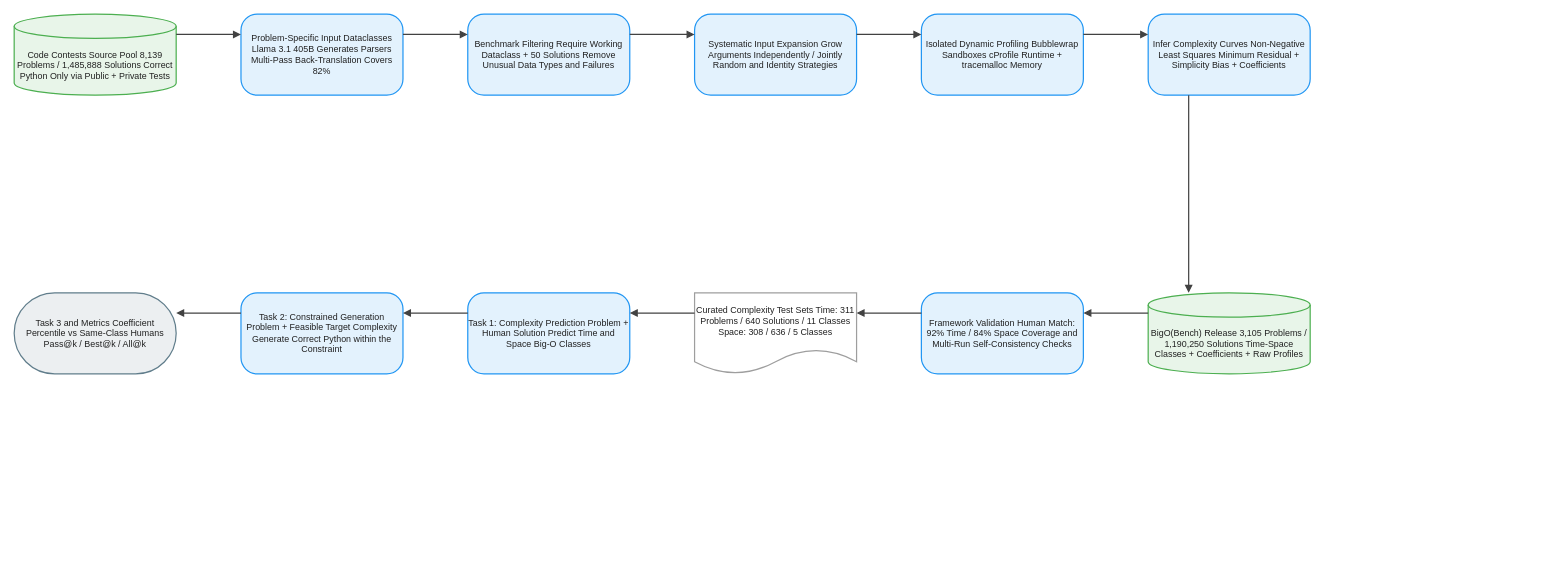
Above: client/public/drawio/BigOBench/BigOBench.en.drawio in joe1chief/benchmark-hub (draw.io), before the change. Source tidied: cells renumbered, new cells numbered last; positions are measured from the earlier drawing's top-left corner, leaving out a move shared by most shapes. Both pictures are drawn from the tidied source at 81%, with x=0, y=0 at pixel (14, 14).
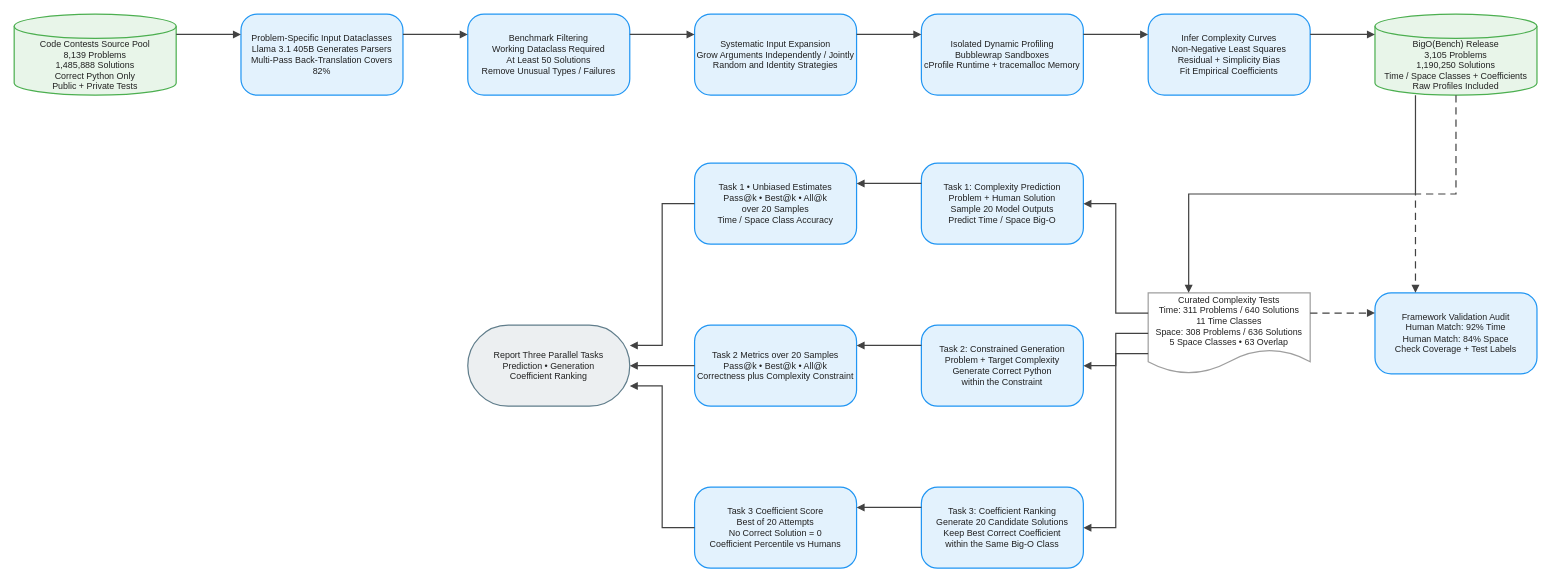
The same diagram, later.

Change to the diagram source:
```diff
@@
-    <mxCell id="2" value="Code Contests Source Pool 8,139 Problems / 1,485,888 Solutions Correct Python Only via Public + Private Tests" style="shape=cylinder3;boundedLbl=1;backgroundOutline=1;size=15;html=1;whiteSpace=wrap;fillColor=#E8F5E9;strokeColor=#4CAF50;strokeWidth=1.5;fontColor=#212121;fontSize=11;fontFamily=Arial, Helvetica, sans-serif;verticalAlign=middle;align=center;" parent="1" vertex="1">
+    <mxCell id="2" value="Code Contests Source Pool&#10;8,139 Problems&#10;1,485,888 Solutions&#10;Correct Python Only&#10;Public + Private Tests" style="shape=cylinder3;boundedLbl=1;backgroundOutline=1;size=15;html=0;convertToSvg=1;whiteSpace=wrap;fillColor=#E8F5E9;strokeColor=#4CAF50;strokeWidth=1.5;fontColor=#212121;fontSize=11;fontFamily=Arial, Helvetica, sans-serif;verticalAlign=middle;align=center;" parent="1" vertex="1">
       <mxGeometry width="200" height="100" as="geometry" />
     </mxCell>
-    <mxCell id="3" value="Problem-Specific Input Dataclasses Llama 3.1 405B Generates Parsers Multi-Pass Back-Translation Covers 82%" style="rounded=1;arcSize=20;html=1;whiteSpace=wrap;fillColor=#E3F2FD;strokeColor=#2196F3;strokeWidth=1.5;fontColor=#212121;fontSize=11;fontFamily=Arial, Helvetica, sans-serif;verticalAlign=middle;align=center;" parent="1" vertex="1">
+    <mxCell id="3" value="Problem-Specific Input Dataclasses&#10;Llama 3.1 405B Generates Parsers&#10;Multi-Pass Back-Translation Covers 82%" style="rounded=1;arcSize=20;html=0;convertToSvg=1;whiteSpace=wrap;fillColor=#E3F2FD;strokeColor=#2196F3;strokeWidth=1.5;fontColor=#212121;fontSize=11;fontFamily=Arial, Helvetica, sans-serif;verticalAlign=middle;align=center;" parent="1" vertex="1">
       <mxGeometry x="280" width="200" height="100" as="geometry" />
     </mxCell>
-    <mxCell id="4" value="Benchmark Filtering Require Working Dataclass + 50 Solutions Remove Unusual Data Types and Failures" style="rounded=1;arcSize=20;html=1;whiteSpace=wrap;fillColor=#E3F2FD;strokeColor=#2196F3;strokeWidth=1.5;fontColor=#212121;fontSize=11;fontFamily=Arial, Helvetica, sans-serif;verticalAlign=middle;align=center;" parent="1" vertex="1">
+    <mxCell id="4" value="Benchmark Filtering&#10;Working Dataclass Required&#10;At Least 50 Solutions&#10;Remove Unusual Types / Failures" style="rounded=1;arcSize=20;html=0;convertToSvg=1;whiteSpace=wrap;fillColor=#E3F2FD;strokeColor=#2196F3;strokeWidth=1.5;fontColor=#212121;fontSize=11;fontFamily=Arial, Helvetica, sans-serif;verticalAlign=middle;align=center;" parent="1" vertex="1">
       <mxGeometry x="560" width="200" height="100" as="geometry" />
     </mxCell>
-    <mxCell id="5" value="Systematic Input Expansion Grow Arguments Independently / Jointly Random and Identity Strategies" style="rounded=1;arcSize=20;html=1;whiteSpace=wrap;fillColor=#E3F2FD;strokeColor=#2196F3;strokeWidth=1.5;fontColor=#212121;fontSize=11;fontFamily=Arial, Helvetica, sans-serif;verticalAlign=middle;align=center;" parent="1" vertex="1">
+    <mxCell id="5" value="Systematic Input Expansion&#10;Grow Arguments Independently / Jointly&#10;Random and Identity Strategies" style="rounded=1;arcSize=20;html=0;convertToSvg=1;whiteSpace=wrap;fillColor=#E3F2FD;strokeColor=#2196F3;strokeWidth=1.5;fontColor=#212121;fontSize=11;fontFamily=Arial, Helvetica, sans-serif;verticalAlign=middle;align=center;" parent="1" vertex="1">
       <mxGeometry x="840" width="200" height="100" as="geometry" />
     </mxCell>
-    <mxCell id="6" value="Isolated Dynamic Profiling Bubblewrap Sandboxes cProfile Runtime + tracemalloc Memory" style="rounded=1;arcSize=20;html=1;whiteSpace=wrap;fillColor=#E3F2FD;strokeColor=#2196F3;strokeWidth=1.5;fontColor=#212121;fontSize=11;fontFamily=Arial, Helvetica, sans-serif;verticalAlign=middle;align=center;" parent="1" vertex="1">
+    <mxCell id="6" value="Isolated Dynamic Profiling&#10;Bubblewrap Sandboxes&#10;cProfile Runtime + tracemalloc Memory" style="rounded=1;arcSize=20;html=0;convertToSvg=1;whiteSpace=wrap;fillColor=#E3F2FD;strokeColor=#2196F3;strokeWidth=1.5;fontColor=#212121;fontSize=11;fontFamily=Arial, Helvetica, sans-serif;verticalAlign=middle;align=center;" parent="1" vertex="1">
       <mxGeometry x="1120" width="200" height="100" as="geometry" />
     </mxCell>
-    <mxCell id="7" value="Infer Complexity Curves Non-Negative Least Squares Minimum Residual + Simplicity Bias + Coefficients" style="rounded=1;arcSize=20;html=1;whiteSpace=wrap;fillColor=#E3F2FD;strokeColor=#2196F3;strokeWidth=1.5;fontColor=#212121;fontSize=11;fontFamily=Arial, Helvetica, sans-serif;verticalAlign=middle;align=center;" parent="1" vertex="1">
+    <mxCell id="7" value="Infer Complexity Curves&#10;Non-Negative Least Squares&#10;Residual + Simplicity Bias&#10;Fit Empirical Coefficients" style="rounded=1;arcSize=20;html=0;convertToSvg=1;whiteSpace=wrap;fillColor=#E3F2FD;strokeColor=#2196F3;strokeWidth=1.5;fontColor=#212121;fontSize=11;fontFamily=Arial, Helvetica, sans-serif;verticalAlign=middle;align=center;" parent="1" vertex="1">
       <mxGeometry x="1400" width="200" height="100" as="geometry" />
     </mxCell>
-    <mxCell id="8" value="BigO(Bench) Release 3,105 Problems / 1,190,250 Solutions Time-Space Classes + Coefficients + Raw Profiles" style="shape=cylinder3;boundedLbl=1;backgroundOutline=1;size=15;html=1;whiteSpace=wrap;fillColor=#E8F5E9;strokeColor=#4CAF50;strokeWidth=1.5;fontColor=#212121;fontSize=11;fontFamily=Arial, Helvetica, sans-serif;verticalAlign=middle;align=center;" parent="1" vertex="1">
-      <mxGeometry x="1400" y="344" width="200" height="100" as="geometry" />
+    <mxCell id="8" value="BigO(Bench) Release&#10;3,105 Problems&#10;1,190,250 Solutions&#10;Time / Space Classes + Coefficients&#10;Raw Profiles Included" style="shape=cylinder3;boundedLbl=1;backgroundOutline=1;size=15;html=0;convertToSvg=1;whiteSpace=wrap;fillColor=#E8F5E9;strokeColor=#4CAF50;strokeWidth=1.5;fontColor=#212121;fontSize=11;fontFamily=Arial, Helvetica, sans-serif;verticalAlign=middle;align=center;" parent="1" vertex="1">
+      <mxGeometry x="1680" width="200" height="100" as="geometry" />
     </mxCell>
-    <mxCell id="9" value="Framework Validation Human Match: 92% Time / 84% Space Coverage and Multi-Run Self-Consistency Checks" style="rounded=1;arcSize=20;html=1;whiteSpace=wrap;fillColor=#E3F2FD;strokeColor=#2196F3;strokeWidth=1.5;fontColor=#212121;fontSize=11;fontFamily=Arial, Helvetica, sans-serif;verticalAlign=middle;align=center;" parent="1" vertex="1">
-      <mxGeometry x="1120" y="344" width="200" height="100" as="geometry" />
+    <mxCell id="9" value="Framework Validation Audit&#10;Human Match: 92% Time&#10;Human Match: 84% Space&#10;Check Coverage + Test Labels" style="rounded=1;arcSize=20;html=0;convertToSvg=1;whiteSpace=wrap;fillColor=#E3F2FD;strokeColor=#2196F3;strokeWidth=1.5;fontColor=#212121;fontSize=11;fontFamily=Arial, Helvetica, sans-serif;verticalAlign=middle;align=center;" parent="1" vertex="1">
+      <mxGeometry x="1680" y="344" width="200" height="100" as="geometry" />
     </mxCell>
-    <mxCell id="10" value="Curated Complexity Test Sets Time: 311 Problems / 640 Solutions / 11 Classes Space: 308 / 636 / 5 Classes" style="shape=document;boundedLbl=1;html=1;whiteSpace=wrap;fillColor=#FFFFFF;strokeColor=#9E9E9E;strokeWidth=1.5;fontColor=#212121;fontSize=11;fontFamily=Arial, Helvetica, sans-serif;verticalAlign=middle;align=center;" parent="1" vertex="1">
-      <mxGeometry x="840" y="344" width="200" height="100" as="geometry" />
+    <mxCell id="10" value="Curated Complexity Tests&#10;Time: 311 Problems / 640 Solutions&#10;11 Time Classes&#10;Space: 308 Problems / 636 Solutions&#10;5 Space Classes • 63 Overlap" style="shape=document;boundedLbl=1;html=0;convertToSvg=1;whiteSpace=wrap;fillColor=#FFFFFF;strokeColor=#9E9E9E;strokeWidth=1.5;fontColor=#212121;fontSize=11;fontFamily=Arial, Helvetica, sans-serif;verticalAlign=middle;align=center;" parent="1" vertex="1">
+      <mxGeometry x="1400" y="344" width="200" height="100" as="geometry" />
     </mxCell>
-    <mxCell id="11" value="Task 1: Complexity Prediction Problem + Human Solution Predict Time and Space Big-O Classes" style="rounded=1;arcSize=20;html=1;whiteSpace=wrap;fillColor=#E3F2FD;strokeColor=#2196F3;strokeWidth=1.5;fontColor=#212121;fontSize=11;fontFamily=Arial, Helvetica, sans-serif;verticalAlign=middle;align=center;" parent="1" vertex="1">
-      <mxGeometry x="560" y="344" width="200" height="100" as="geometry" />
+    <mxCell id="11" value="Task 1: Complexity Prediction&#10;Problem + Human Solution&#10;Sample 20 Model Outputs&#10;Predict Time / Space Big-O" style="rounded=1;arcSize=20;html=0;convertToSvg=1;whiteSpace=wrap;fillColor=#E3F2FD;strokeColor=#2196F3;strokeWidth=1.5;fontColor=#212121;fontSize=11;fontFamily=Arial, Helvetica, sans-serif;verticalAlign=middle;align=center;" parent="1" vertex="1">
+      <mxGeometry x="1120" y="184" width="200" height="100" as="geometry" />
     </mxCell>
-    <mxCell id="12" value="Task 2: Constrained Generation Problem + Feasible Target Complexity Generate Correct Python within the Constraint" style="rounded=1;arcSize=20;html=1;whiteSpace=wrap;fillColor=#E3F2FD;strokeColor=#2196F3;strokeWidth=1.5;fontColor=#212121;fontSize=11;fontFamily=Arial, Helvetica, sans-serif;verticalAlign=middle;align=center;" parent="1" vertex="1">
-      <mxGeometry x="280" y="344" width="200" height="100" as="geometry" />
+    <mxCell id="12" value="Task 1 • Unbiased Estimates&#10;Pass@k • Best@k • All@k&#10;over 20 Samples&#10;Time / Space Class Accuracy" style="rounded=1;arcSize=20;html=0;convertToSvg=1;whiteSpace=wrap;fillColor=#E3F2FD;strokeColor=#2196F3;strokeWidth=1.5;fontColor=#212121;fontSize=11;fontFamily=Arial, Helvetica, sans-serif;verticalAlign=middle;align=center;" parent="1" vertex="1">
+      <mxGeometry x="840" y="184" width="200" height="100" as="geometry" />
     </mxCell>
-    <mxCell id="13" value="Task 3 and Metrics Coefficient Percentile vs Same-Class Humans Pass@k / Best@k / All@k" style="rounded=1;arcSize=50;html=1;whiteSpace=wrap;fillColor=#ECEFF1;strokeColor=#607D8B;strokeWidth=1.5;fontColor=#212121;fontSize=11;fontFamily=Arial, Helvetica, sans-serif;verticalAlign=middle;align=center;" parent="1" vertex="1">
-      <mxGeometry y="344" width="200" height="100" as="geometry" />
+    <mxCell id="13" value="Task 2: Constrained Generation&#10;Problem + Target Complexity&#10;Generate Correct Python&#10;within the Constraint" style="rounded=1;arcSize=20;html=0;convertToSvg=1;whiteSpace=wrap;fillColor=#E3F2FD;strokeColor=#2196F3;strokeWidth=1.5;fontColor=#212121;fontSize=11;fontFamily=Arial, Helvetica, sans-serif;verticalAlign=middle;align=center;" parent="1" vertex="1">
+      <mxGeometry x="1120" y="384" width="200" height="100" as="geometry" />
     </mxCell>
-    <mxCell id="14" style="edgeStyle=orthogonalEdgeStyle;rounded=0;jettySize=auto;html=1;strokeColor=#424242;strokeWidth=1.5;endArrow=block;endFill=1;exitX=1;exitY=0.25;exitDx=0;exitDy=0;entryX=0;entryY=0.25;entryDx=0;entryDy=0;jumpStyle=arc;jumpSize=8;" parent="1" edge="1" source="2" target="3">
-      <mxGeometry relative="1" as="geometry" />
+    <mxCell id="14" value="Task 2 Metrics over 20 Samples&#10;Pass@k • Best@k • All@k&#10;Correctness plus Complexity Constraint" style="rounded=1;arcSize=20;html=0;convertToSvg=1;whiteSpace=wrap;fillColor=#E3F2FD;strokeColor=#2196F3;strokeWidth=1.5;fontColor=#212121;fontSize=11;fontFamily=Arial, Helvetica, sans-serif;verticalAlign=middle;align=center;" parent="1" vertex="1">
+      <mxGeometry x="840" y="384" width="200" height="100" as="geometry" />
     </mxCell>
-    <mxCell id="15" style="edgeStyle=orthogonalEdgeStyle;rounded=0;jettySize=auto;html=1;strokeColor=#424242;strokeWidth=1.5;endArrow=block;endFill=1;exitX=1;exitY=0.25;exitDx=0;exitDy=0;entryX=0;entryY=0.25;entryDx=0;entryDy=0;jumpStyle=arc;jumpSize=8;" parent="1" edge="1" source="3" target="4">
-      <mxGeometry relative="1" as="geometry" />
+    <mxCell id="15" value="Task 3: Coefficient Ranking&#10;Generate 20 Candidate Solutions&#10;Keep Best Correct Coefficient&#10;within the Same Big-O Class" style="rounded=1;arcSize=20;html=0;convertToSvg=1;whiteSpace=wrap;fillColor=#E3F2FD;strokeColor=#2196F3;strokeWidth=1.5;fontColor=#212121;fontSize=11;fontFamily=Arial, Helvetica, sans-serif;verticalAlign=middle;align=center;" parent="1" vertex="1">
+      <mxGeometry x="1120" y="584" width="200" height="100" as="geometry" />
     </mxCell>
-    <mxCell id="16" style="edgeStyle=orthogonalEdgeStyle;rounded=0;jettySize=auto;html=1;strokeColor=#424242;strokeWidth=1.5;endArrow=block;endFill=1;exitX=1;exitY=0.25;exitDx=0;exitDy=0;entryX=0;entryY=0.25;entryDx=0;entryDy=0;jumpStyle=arc;jumpSize=8;" parent="1" edge="1" source="4" target="5">
-      <mxGeometry relative="1" as="geometry" />
+    <mxCell id="16" value="Task 3 Coefficient Score&#10;Best of 20 Attempts&#10;No Correct Solution = 0&#10;Coefficient Percentile vs Humans" style="rounded=1;arcSize=20;html=0;convertToSvg=1;whiteSpace=wrap;fillColor=#E3F2FD;strokeColor=#2196F3;strokeWidth=1.5;fontColor=#212121;fontSize=11;fontFamily=Arial, Helvetica, sans-serif;verticalAlign=middle;align=center;" parent="1" vertex="1">
+      <mxGeometry x="840" y="584" width="200" height="100" as="geometry" />
     </mxCell>
-    <mxCell id="17" style="edgeStyle=orthogonalEdgeStyle;rounded=0;jettySize=auto;html=1;strokeColor=#424242;strokeWidth=1.5;endArrow=block;endFill=1;exitX=1;exitY=0.25;exitDx=0;exitDy=0;entryX=0;entryY=0.25;entryDx=0;entryDy=0;jumpStyle=arc;jumpSize=8;" parent="1" edge="1" source="5" target="6">
-      <mxGeometry relative="1" as="geometry" />
+    <mxCell id="17" value="Report Three Parallel Tasks&#10;Prediction • Generation&#10;Coefficient Ranking" style="rounded=1;arcSize=50;html=0;convertToSvg=1;whiteSpace=wrap;fillColor=#ECEFF1;strokeColor=#607D8B;strokeWidth=1.5;fontColor=#212121;fontSize=11;fontFamily=Arial, Helvetica, sans-serif;verticalAlign=middle;align=center;" parent="1" vertex="1">
+      <mxGeometry x="560" y="384" width="200" height="100" as="geometry" />
     </mxCell>
-    <mxCell id="18" style="edgeStyle=orthogonalEdgeStyle;rounded=0;jettySize=auto;html=1;strokeColor=#424242;strokeWidth=1.5;endArrow=block;endFill=1;exitX=1;exitY=0.25;exitDx=0;exitDy=0;entryX=0;entryY=0.25;entryDx=0;entryDy=0;jumpStyle=arc;jumpSize=8;" parent="1" edge="1" source="6" target="7">
+    <mxCell id="18" style="edgeStyle=orthogonalEdgeStyle;rounded=0;jettySize=auto;html=0;convertToSvg=1;strokeColor=#424242;strokeWidth=1.5;endArrow=block;endFill=1;exitX=1;exitY=0.25;exitDx=0;exitDy=0;entryX=0;entryY=0.25;entryDx=0;entryDy=0;jumpStyle=arc;jumpSize=8;" parent="1" edge="1" source="2" target="3">
       <mxGeometry relative="1" as="geometry" />
     </mxCell>
-    <mxCell id="19" style="edgeStyle=orthogonalEdgeStyle;rounded=0;jettySize=auto;html=1;strokeColor=#424242;strokeWidth=1.5;endArrow=block;endFill=1;exitX=0.25;exitY=1;exitDx=0;exitDy=0;entryX=0.25;entryY=0;entryDx=0;entryDy=0;jumpStyle=arc;jumpSize=8;" parent="1" edge="1" source="7" target="8">
+    <mxCell id="19" style="edgeStyle=orthogonalEdgeStyle;rounded=0;jettySize=auto;html=0;convertToSvg=1;strokeColor=#424242;strokeWidth=1.5;endArrow=block;endFill=1;exitX=1;exitY=0.25;exitDx=0;exitDy=0;entryX=0;entryY=0.25;entryDx=0;entryDy=0;jumpStyle=arc;jumpSize=8;" parent="1" edge="1" source="3" target="4">
       <mxGeometry relative="1" as="geometry" />
     </mxCell>
-    <mxCell id="20" style="edgeStyle=orthogonalEdgeStyle;rounded=0;jettySize=auto;html=1;strokeColor=#424242;strokeWidth=1.5;endArrow=block;endFill=1;exitX=0;exitY=0.25;exitDx=0;exitDy=0;entryX=1;entryY=0.25;entryDx=0;entryDy=0;jumpStyle=arc;jumpSize=8;" parent="1" edge="1" source="8" target="9">
+    <mxCell id="20" style="edgeStyle=orthogonalEdgeStyle;rounded=0;jettySize=auto;html=0;convertToSvg=1;strokeColor=#424242;strokeWidth=1.5;endArrow=block;endFill=1;exitX=1;exitY=0.25;exitDx=0;exitDy=0;entryX=0;entryY=0.25;entryDx=0;entryDy=0;jumpStyle=arc;jumpSize=8;" parent="1" edge="1" source="4" target="5">
       <mxGeometry relative="1" as="geometry" />
     </mxCell>
-    <mxCell id="21" style="edgeStyle=orthogonalEdgeStyle;rounded=0;jettySize=auto;html=1;strokeColor=#424242;strokeWidth=1.5;endArrow=block;endFill=1;exitX=0;exitY=0.25;exitDx=0;exitDy=0;entryX=1;entryY=0.25;entryDx=0;entryDy=0;jumpStyle=arc;jumpSize=8;" parent="1" edge="1" source="9" target="10">
+    <mxCell id="21" style="edgeStyle=orthogonalEdgeStyle;rounded=0;jettySize=auto;html=0;convertToSvg=1;strokeColor=#424242;strokeWidth=1.5;endArrow=block;endFill=1;exitX=1;exitY=0.25;exitDx=0;exitDy=0;entryX=0;entryY=0.25;entryDx=0;entryDy=0;jumpStyle=arc;jumpSize=8;" parent="1" edge="1" source="5" target="6">
       <mxGeometry relative="1" as="geometry" />
     </mxCell>
-    <mxCell id="22" style="edgeStyle=orthogonalEdgeStyle;rounded=0;jettySize=auto;html=1;strokeColor=#424242;strokeWidth=1.5;endArrow=block;endFill=1;exitX=0;exitY=0.25;exitDx=0;exitDy=0;entryX=1;entryY=0.25;entryDx=0;entryDy=0;jumpStyle=arc;jumpSize=8;" parent="1" edge="1" source="10" target="11">
+    <mxCell id="22" style="edgeStyle=orthogonalEdgeStyle;rounded=0;jettySize=auto;html=0;convertToSvg=1;strokeColor=#424242;strokeWidth=1.5;endArrow=block;endFill=1;exitX=1;exitY=0.25;exitDx=0;exitDy=0;entryX=0;entryY=0.25;entryDx=0;entryDy=0;jumpStyle=arc;jumpSize=8;" parent="1" edge="1" source="6" target="7">
       <mxGeometry relative="1" as="geometry" />
     </mxCell>
-    <mxCell id="23" style="edgeStyle=orthogonalEdgeStyle;rounded=0;jettySize=auto;html=1;strokeColor=#424242;strokeWidth=1.5;endArrow=block;endFill=1;exitX=0;exitY=0.25;exitDx=0;exitDy=0;entryX=1;entryY=0.25;entryDx=0;entryDy=0;jumpStyle=arc;jumpSize=8;" parent="1" edge="1" source="11" target="12">
+    <mxCell id="23" style="edgeStyle=orthogonalEdgeStyle;rounded=0;jettySize=auto;html=0;convertToSvg=1;strokeColor=#424242;strokeWidth=1.5;endArrow=block;endFill=1;exitX=1;exitY=0.25;exitDx=0;exitDy=0;entryX=0;entryY=0.25;entryDx=0;entryDy=0;jumpStyle=arc;jumpSize=8;" parent="1" edge="1" source="7" target="8">
       <mxGeometry relative="1" as="geometry" />
     </mxCell>
-    <mxCell id="24" style="edgeStyle=orthogonalEdgeStyle;rounded=0;jettySize=auto;html=1;strokeColor=#424242;strokeWidth=1.5;endArrow=block;endFill=1;exitX=0;exitY=0.25;exitDx=0;exitDy=0;entryX=1;entryY=0.25;entryDx=0;entryDy=0;jumpStyle=arc;jumpSize=8;" parent="1" edge="1" source="12" target="13">
+    <mxCell id="24" style="edgeStyle=orthogonalEdgeStyle;rounded=0;jettySize=auto;html=0;convertToSvg=1;strokeColor=#424242;strokeWidth=1.5;endArrow=block;endFill=1;exitX=0.25;exitY=1;exitDx=0;exitDy=0;entryX=0.25;entryY=0;entryDx=0;entryDy=0;jumpStyle=arc;jumpSize=8;" parent="1" edge="1" source="8" target="10">
       <mxGeometry relative="1" as="geometry" />
     </mxCell>
+    <mxCell id="25" style="edgeStyle=orthogonalEdgeStyle;rounded=0;jettySize=auto;html=0;convertToSvg=1;strokeColor=#424242;strokeWidth=1.5;endArrow=block;endFill=1;exitX=0.5;exitY=1;exitDx=0;exitDy=0;entryX=0.25;entryY=0;entryDx=0;entryDy=0;dashed=1;dashPattern=6 4;jumpStyle=arc;jumpSize=8;" parent="1" edge="1" source="8" target="9">
+      <mxGeometry relative="1" as="geometry" />
+    </mxCell>
+    <mxCell id="26" style="edgeStyle=orthogonalEdgeStyle;rounded=0;jettySize=auto;html=0;convertToSvg=1;strokeColor=#424242;strokeWidth=1.5;endArrow=block;endFill=1;exitX=1;exitY=0.25;exitDx=0;exitDy=0;entryX=0;entryY=0.25;entryDx=0;entryDy=0;dashed=1;dashPattern=6 4;jumpStyle=arc;jumpSize=8;" parent="1" edge="1" source="10" target="9">
+      <mxGeometry relative="1" as="geometry" />
+    </mxCell>
+    <mxCell id="27" style="edgeStyle=orthogonalEdgeStyle;rounded=0;jettySize=auto;html=0;convertToSvg=1;strokeColor=#424242;strokeWidth=1.5;endArrow=block;endFill=1;exitX=0;exitY=0.25;exitDx=0;exitDy=0;entryX=1;entryY=0.5;entryDx=0;entryDy=0;jumpStyle=arc;jumpSize=8;" parent="1" edge="1" source="10" target="11">
+      <mxGeometry relative="1" as="geometry" />
+    </mxCell>
+    <mxCell id="28" style="edgeStyle=orthogonalEdgeStyle;rounded=0;jettySize=auto;html=0;convertToSvg=1;strokeColor=#424242;strokeWidth=1.5;endArrow=block;endFill=1;exitX=0;exitY=0.5;exitDx=0;exitDy=0;entryX=1;entryY=0.5;entryDx=0;entryDy=0;jumpStyle=arc;jumpSize=8;" parent="1" edge="1" source="10" target="13">
+      <mxGeometry relative="1" as="geometry" />
+    </mxCell>
+    <mxCell id="29" style="edgeStyle=orthogonalEdgeStyle;rounded=0;jettySize=auto;html=0;convertToSvg=1;strokeColor=#424242;strokeWidth=1.5;endArrow=block;endFill=1;exitX=0;exitY=0.75;exitDx=0;exitDy=0;entryX=1;entryY=0.5;entryDx=0;entryDy=0;jumpStyle=arc;jumpSize=8;" parent="1" edge="1" source="10" target="15">
+      <mxGeometry relative="1" as="geometry" />
+    </mxCell>
+    <mxCell id="30" style="edgeStyle=orthogonalEdgeStyle;rounded=0;jettySize=auto;html=0;convertToSvg=1;strokeColor=#424242;strokeWidth=1.5;endArrow=block;endFill=1;exitX=0;exitY=0.25;exitDx=0;exitDy=0;entryX=1;entryY=0.25;entryDx=0;entryDy=0;jumpStyle=arc;jumpSize=8;" parent="1" edge="1" source="11" target="12">
+      <mxGeometry relative="1" as="geometry" />
+    </mxCell>
+    <mxCell id="31" style="edgeStyle=orthogonalEdgeStyle;rounded=0;jettySize=auto;html=0;convertToSvg=1;strokeColor=#424242;strokeWidth=1.5;endArrow=block;endFill=1;exitX=0;exitY=0.25;exitDx=0;exitDy=0;entryX=1;entryY=0.25;entryDx=0;entryDy=0;jumpStyle=arc;jumpSize=8;" parent="1" edge="1" source="13" target="14">
+      <mxGeometry relative="1" as="geometry" />
+    </mxCell>
+    <mxCell id="32" style="edgeStyle=orthogonalEdgeStyle;rounded=0;jettySize=auto;html=0;convertToSvg=1;strokeColor=#424242;strokeWidth=1.5;endArrow=block;endFill=1;exitX=0;exitY=0.25;exitDx=0;exitDy=0;entryX=1;entryY=0.25;entryDx=0;entryDy=0;jumpStyle=arc;jumpSize=8;" parent="1" edge="1" source="15" target="16">
+      <mxGeometry relative="1" as="geometry" />
+    </mxCell>
+    <mxCell id="33" style="edgeStyle=orthogonalEdgeStyle;rounded=0;jettySize=auto;html=0;convertToSvg=1;strokeColor=#424242;strokeWidth=1.5;endArrow=block;endFill=1;exitX=0;exitY=0.5;exitDx=0;exitDy=0;entryX=1;entryY=0.25;entryDx=0;entryDy=0;jumpStyle=arc;jumpSize=8;" parent="1" edge="1" source="12" target="17">
+      <mxGeometry relative="1" as="geometry" />
+    </mxCell>
+    <mxCell id="34" style="edgeStyle=orthogonalEdgeStyle;rounded=0;jettySize=auto;html=0;convertToSvg=1;strokeColor=#424242;strokeWidth=1.5;endArrow=block;endFill=1;exitX=0;exitY=0.5;exitDx=0;exitDy=0;entryX=1;entryY=0.5;entryDx=0;entryDy=0;jumpStyle=arc;jumpSize=8;" parent="1" edge="1" source="14" target="17">
+      <mxGeometry relative="1" as="geometry" />
+    </mxCell>
+    <mxCell id="35" style="edgeStyle=orthogonalEdgeStyle;rounded=0;jettySize=auto;html=0;convertToSvg=1;strokeColor=#424242;strokeWidth=1.5;endArrow=block;endFill=1;exitX=0;exitY=0.5;exitDx=0;exitDy=0;entryX=1;entryY=0.75;entryDx=0;entryDy=0;jumpStyle=arc;jumpSize=8;" parent="1" edge="1" source="16" target="17">
+      <mxGeometry relative="1" as="geometry" />
+    </mxCell>
```
